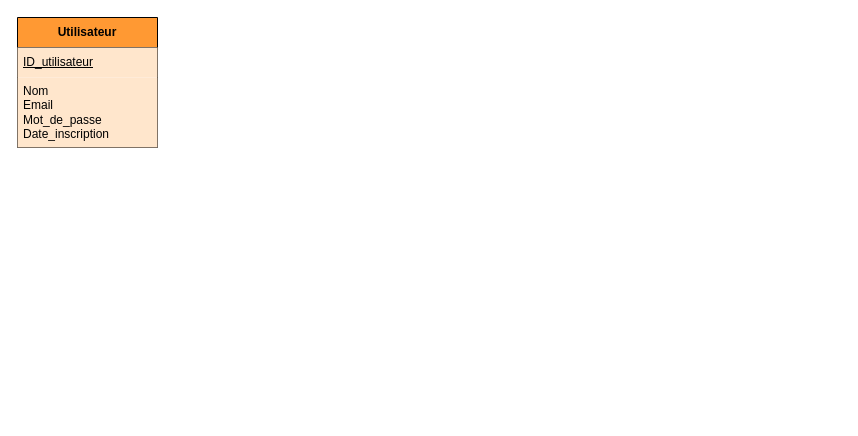
Before: Modele_conceptuel_données.drawio in Kimii01/Mot-crois-e-apk, a draw.io diagram. Source tidied: cells renumbered, new cells numbered last; positions are measured from the earlier drawing's top-left corner, leaving out a move shared by most shapes. Both pictures are drawn from the tidied source at 100%, with x=0, y=0 at pixel (17, 17).
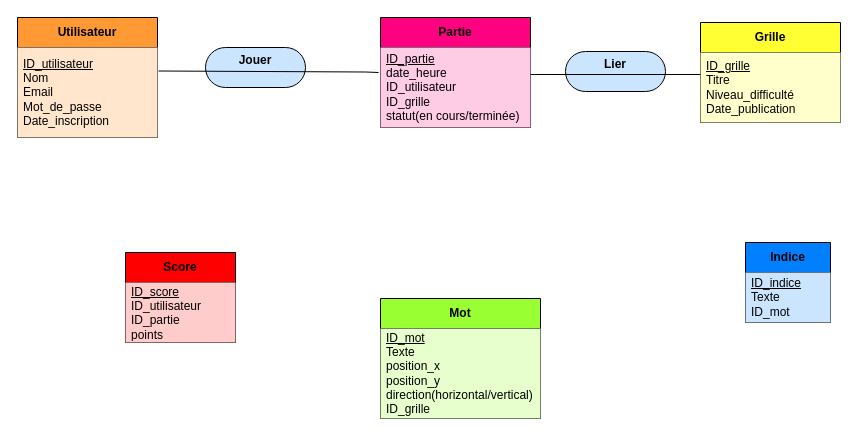
Above is the later version.

Commit message:
Mettre à jour Modele_conceptuel_données.drawio

Diff of the diagram source:
```diff
@@
     <mxCell id="2" value="&lt;b&gt;Utilisateur&lt;/b&gt;" style="swimlane;fontStyle=0;horizontal=1;startSize=30;whiteSpace=wrap;html=1;fillColor=#FF9933;" parent="1" vertex="1">
-      <mxGeometry width="140" height="130" as="geometry" />
+      <mxGeometry width="140" height="120" as="geometry" />
     </mxCell>
-    <mxCell id="3" value="&lt;u&gt;ID_utilisateur&lt;/u&gt;" style="text;strokeColor=none;fillColor=#FFE6CC;align=left;verticalAlign=middle;spacingLeft=4;spacingRight=4;overflow=hidden;whiteSpace=wrap;html=1;" parent="2" vertex="1">
-      <mxGeometry y="30" width="140" height="30" as="geometry" />
-    </mxCell>
-    <mxCell id="4" value="Nom&lt;div&gt;Email&lt;/div&gt;&lt;div&gt;Mot_de_passe&lt;/div&gt;&lt;div&gt;Date_inscription&lt;/div&gt;" style="text;strokeColor=none;fillColor=#FFE6CC;align=left;verticalAlign=middle;spacingLeft=4;spacingRight=4;overflow=hidden;whiteSpace=wrap;html=1;" parent="2" vertex="1">
-      <mxGeometry y="60" width="140" height="70" as="geometry" />
+    <mxCell id="4" value="&lt;u&gt;ID_utilisateur&lt;/u&gt;&lt;div&gt;Nom&lt;div&gt;Email&lt;/div&gt;&lt;div&gt;Mot_de_passe&lt;/div&gt;&lt;div&gt;Date_inscription&lt;/div&gt;&lt;/div&gt;" style="text;strokeColor=none;fillColor=#FFE6CC;align=left;verticalAlign=middle;spacingLeft=4;spacingRight=4;overflow=hidden;whiteSpace=wrap;html=1;" parent="2" vertex="1">
+      <mxGeometry y="30" width="140" height="90" as="geometry" />
     </mxCell>
+    <mxCell id="5" value="&lt;b&gt;Grille&lt;/b&gt;" style="swimlane;fontStyle=0;horizontal=1;startSize=30;whiteSpace=wrap;html=1;fillColor=#FFFF33;" parent="1" vertex="1">
+      <mxGeometry x="683" y="5" width="140" height="100" as="geometry" />
+    </mxCell>
+    <mxCell id="6" value="&lt;u&gt;ID_grille&lt;/u&gt;&lt;div&gt;Titre&lt;br&gt;&lt;div&gt;Niveau_difficulté&lt;/div&gt;&lt;div&gt;Date_publication&lt;/div&gt;&lt;/div&gt;" style="text;strokeColor=none;fillColor=#FFFFCC;align=left;verticalAlign=middle;spacingLeft=4;spacingRight=4;overflow=hidden;whiteSpace=wrap;html=1;" parent="5" vertex="1">
+      <mxGeometry y="30" width="140" height="70" as="geometry" />
+    </mxCell>
+    <mxCell id="7" value="&lt;b&gt;Mot&lt;/b&gt;" style="swimlane;fontStyle=0;horizontal=1;startSize=30;whiteSpace=wrap;html=1;fillColor=#99FF33;" parent="1" vertex="1">
+      <mxGeometry x="363" y="281" width="160" height="120" as="geometry" />
+    </mxCell>
+    <mxCell id="8" value="&lt;u&gt;ID_mot&lt;/u&gt;&lt;div&gt;Texte&lt;div&gt;position_x&lt;/div&gt;&lt;div&gt;position_y&lt;/div&gt;&lt;div&gt;direction(horizontal/vertical)&lt;/div&gt;&lt;div&gt;ID_grille&lt;/div&gt;&lt;/div&gt;" style="text;strokeColor=none;fillColor=#E6FFCC;align=left;verticalAlign=middle;spacingLeft=4;spacingRight=4;overflow=hidden;whiteSpace=wrap;html=1;" parent="7" vertex="1">
+      <mxGeometry y="30" width="160" height="90" as="geometry" />
+    </mxCell>
+    <mxCell id="9" value="&lt;b&gt;Indice&lt;/b&gt;" style="swimlane;fontStyle=0;horizontal=1;startSize=30;whiteSpace=wrap;html=1;fillColor=#007FFF;" parent="1" vertex="1">
+      <mxGeometry x="728" y="225" width="85" height="80" as="geometry" />
+    </mxCell>
+    <mxCell id="10" value="&lt;u&gt;ID_indice&lt;/u&gt;&lt;div&gt;Texte&lt;div&gt;ID_mot&lt;/div&gt;&lt;/div&gt;" style="text;strokeColor=none;fillColor=#CCE5FF;align=left;verticalAlign=middle;spacingLeft=4;spacingRight=4;overflow=hidden;whiteSpace=wrap;html=1;" parent="9" vertex="1">
+      <mxGeometry y="30" width="85" height="50" as="geometry" />
+    </mxCell>
+    <mxCell id="11" value="&lt;b&gt;Partie&lt;/b&gt;" style="swimlane;fontStyle=0;horizontal=1;startSize=30;whiteSpace=wrap;html=1;fillColor=#FF0080;" parent="1" vertex="1">
+      <mxGeometry x="363" width="150" height="110" as="geometry" />
+    </mxCell>
+    <mxCell id="12" value="&lt;u&gt;ID_partie&lt;/u&gt;&lt;div&gt;date_heure&lt;div&gt;ID_utilisateur&lt;/div&gt;&lt;div&gt;ID_grille&lt;/div&gt;&lt;div&gt;statut(en cours/terminée)&lt;/div&gt;&lt;/div&gt;" style="text;strokeColor=none;fillColor=#FFCCE6;align=left;verticalAlign=middle;spacingLeft=4;spacingRight=4;overflow=hidden;whiteSpace=wrap;html=1;" parent="11" vertex="1">
+      <mxGeometry y="30" width="150" height="80" as="geometry" />
+    </mxCell>
+    <mxCell id="13" value="&lt;b&gt;Score&lt;/b&gt;" style="swimlane;fontStyle=0;horizontal=1;startSize=30;whiteSpace=wrap;html=1;fillColor=#FF0000;" parent="1" vertex="1">
+      <mxGeometry x="108" y="235" width="110" height="90" as="geometry" />
+    </mxCell>
+    <mxCell id="14" value="&lt;u&gt;ID_score&lt;/u&gt;&lt;div&gt;ID_utilisateur&lt;div&gt;ID_partie&lt;/div&gt;&lt;div&gt;points&lt;/div&gt;&lt;/div&gt;" style="text;strokeColor=none;fillColor=#FFCCCC;align=left;verticalAlign=middle;spacingLeft=4;spacingRight=4;overflow=hidden;whiteSpace=wrap;html=1;" parent="13" vertex="1">
+      <mxGeometry y="30" width="110" height="60" as="geometry" />
+    </mxCell>
+    <mxCell id="15" value="&lt;div&gt;&lt;b&gt;&lt;font style=&quot;font-size: 12px;&quot;&gt;&lt;br&gt;&lt;/font&gt;&lt;/b&gt;&lt;/div&gt;&lt;b&gt;&lt;font style=&quot;font-size: 12px;&quot;&gt;Jouer&lt;/font&gt;&lt;/b&gt;&lt;div&gt;&lt;b&gt;&lt;font style=&quot;font-size: 12px;&quot;&gt;&lt;br&gt;&lt;/font&gt;&lt;/b&gt;&lt;/div&gt;&lt;div&gt;&lt;b&gt;&lt;font style=&quot;font-size: 12px;&quot;&gt;&lt;br&gt;&lt;/font&gt;&lt;/b&gt;&lt;/div&gt;" style="rounded=1;whiteSpace=wrap;html=1;arcSize=50;fillColor=#CCE5FF;" parent="1" vertex="1">
+      <mxGeometry x="188" y="30" width="100" height="40" as="geometry" />
+    </mxCell>
+    <mxCell id="16" style="endArrow=none;html=1;rounded=0;exitX=1.021;exitY=0.433;exitDx=0;exitDy=0;exitPerimeter=0;" parent="1" edge="1">
+      <mxGeometry relative="1" as="geometry">
+        <mxPoint x="141" y="53.5" as="sourcePoint" />
+        <mxPoint x="361" y="55" as="targetPoint" />
+        <Array as="points">
+          <mxPoint x="348.1" y="54.5" />
+        </Array>
+      </mxGeometry>
+    </mxCell>
+    <mxCell id="17" value="&lt;b&gt;Lier&lt;/b&gt;&lt;div&gt;&lt;b&gt;&lt;br&gt;&lt;/b&gt;&lt;/div&gt;" style="rounded=1;whiteSpace=wrap;html=1;arcSize=50;fillColor=#CCE5FF;" parent="1" vertex="1">
+      <mxGeometry x="548" y="34" width="100" height="40" as="geometry" />
+    </mxCell>
+    <mxCell id="18" style="endArrow=none;html=1;rounded=0;exitX=1;exitY=0.5;exitDx=0;exitDy=0;entryX=0;entryY=0.5;entryDx=0;entryDy=0;" parent="1" edge="1">
+      <mxGeometry relative="1" as="geometry">
+        <mxPoint x="513" y="57" as="sourcePoint" />
+        <mxPoint x="683" y="57" as="targetPoint" />
+      </mxGeometry>
+    </mxCell>
```
